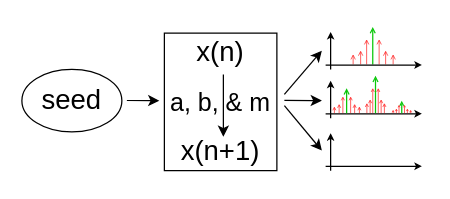
The draw.io diagram Fig1_v1.drawio in Anilkumargundu/Qubit_visualization, before the edit. Source tidied: cells renumbered, new cells numbered last; positions are measured from the earlier drawing's top-left corner, leaving out a move shared by most shapes. Both pictures are drawn from the tidied source at 125%, with x=0, y=0 at pixel (21, 26).
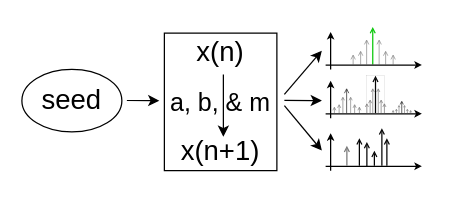
The same page after the edit.

Unchanged cells that the change refers to:
```xml
<mxCell id="4" style="group;" parent="1" vertex="1">
  <mxGeometry x="243" y="85" width="77" height="30" as="geometry" />
</mxCell>
<mxCell id="17" style="group;strokeWidth=0;strokeColor=none;" parent="14" vertex="1">
  <mxGeometry x="54" y="16" width="14" height="10" as="geometry" />
</mxCell>
<mxCell id="25" style="group;" parent="1" vertex="1">
  <mxGeometry x="265" width="32" height="30" as="geometry" />
</mxCell>
<mxCell id="36" style="group;strokeWidth=0;strokeColor=none;" parent="1" vertex="1">
  <mxGeometry x="250" y="49" width="20" height="20" as="geometry" />
</mxCell>
```

The edit, as a diff of the source:
```diff
@@
+    <mxCell id="52" style="endArrow=open;html=1;rounded=0;strokeColor=light-dark(#050505, #6FC76F);jumpSize=4;endSize=3;endFill=0;strokeWidth=1;" parent="4" edge="1">
+      <mxGeometry relative="1" as="geometry">
+        <mxPoint x="27" y="26" as="sourcePoint" />
+        <mxPoint x="27" y="4" as="targetPoint" />
+      </mxGeometry>
+    </mxCell>
+    <mxCell id="53" style="endArrow=open;html=1;rounded=0;strokeColor=light-dark(#787878, #6FC76F);jumpSize=4;endSize=3;endFill=0;strokeWidth=1;" parent="4" edge="1">
+      <mxGeometry relative="1" as="geometry">
+        <mxPoint x="17" y="26" as="sourcePoint" />
+        <mxPoint x="17" y="10" as="targetPoint" />
+        <Array as="points">
+          <mxPoint x="17" y="10" />
+        </Array>
+      </mxGeometry>
+    </mxCell>
+    <mxCell id="54" style="endArrow=open;html=1;rounded=0;strokeColor=light-dark(#050505, #6FC76F);jumpSize=4;endSize=3;endFill=0;strokeWidth=1;" parent="4" edge="1">
+      <mxGeometry relative="1" as="geometry">
+        <mxPoint x="33" y="27" as="sourcePoint" />
+        <mxPoint x="33" y="7" as="targetPoint" />
+      </mxGeometry>
+    </mxCell>
+    <mxCell id="55" style="endArrow=open;html=1;rounded=0;strokeColor=light-dark(#050505, #6FC76F);jumpSize=4;endSize=3;endFill=0;strokeWidth=1;" parent="4" edge="1">
+      <mxGeometry relative="1" as="geometry">
+        <mxPoint x="45" y="26" as="sourcePoint" />
+        <mxPoint x="45" y="-4" as="targetPoint" />
+      </mxGeometry>
+    </mxCell>
+    <mxCell id="56" style="endArrow=open;html=1;rounded=0;strokeColor=light-dark(#050505, #6FC76F);jumpSize=4;endSize=3;endFill=0;strokeWidth=1;" parent="4" edge="1">
+      <mxGeometry relative="1" as="geometry">
+        <mxPoint x="49" y="26" as="sourcePoint" />
+        <mxPoint x="49" y="4" as="targetPoint" />
+      </mxGeometry>
+    </mxCell>
@@
-    <mxCell id="18" style="endArrow=open;html=1;rounded=0;strokeColor=light-dark(#0AC70A,#6FC76F);jumpSize=4;endSize=2;endFill=0;strokeWidth=1;" parent="17" edge="1">
+    <mxCell id="18" style="endArrow=open;html=1;rounded=0;strokeColor=light-dark(#050505, #6FC76F);jumpSize=4;endSize=2;endFill=0;strokeWidth=0.5;" parent="17" edge="1">
       <mxGeometry relative="1" as="geometry">
         <mxPoint x="6.9" y="10" as="sourcePoint" />
         <mxPoint x="6.9" as="targetPoint" />
       </mxGeometry>
     </mxCell>
-    <mxCell id="19" style="endArrow=open;html=1;rounded=0;strokeColor=light-dark(#ff0000, #FF0000);jumpSize=4;endSize=1;endFill=0;strokeWidth=0.5;" parent="17" edge="1">
+    <mxCell id="19" style="endArrow=open;html=1;rounded=0;strokeColor=light-dark(#757575, #FF0000);jumpSize=4;endSize=1;endFill=0;strokeWidth=0.5;" parent="17" edge="1">
       <mxGeometry relative="1" as="geometry">
         <mxPoint x="9.1" y="10" as="sourcePoint" />
         <mxPoint x="9.1" y="3.3" as="targetPoint" />
       </mxGeometry>
     </mxCell>
-    <mxCell id="20" style="endArrow=open;html=1;rounded=0;strokeColor=light-dark(#ff0000, #FF0000);jumpSize=4;endSize=1;endFill=0;strokeWidth=0.5;" parent="17" edge="1">
+    <mxCell id="20" style="endArrow=open;html=1;rounded=0;strokeColor=light-dark(#757575, #FF0000);jumpSize=4;endSize=1;endFill=0;strokeWidth=0.5;" parent="17" edge="1">
       <mxGeometry relative="1" as="geometry">
         <mxPoint x="4.7" y="10" as="sourcePoint" />
         <mxPoint x="4.7" y="3.3" as="targetPoint" />
       </mxGeometry>
     </mxCell>
-    <mxCell id="21" style="endArrow=open;html=1;rounded=0;strokeColor=light-dark(#ff0000, #FF0000);jumpSize=4;endSize=1;endFill=0;strokeWidth=0.5;" parent="17" edge="1">
+    <mxCell id="21" style="endArrow=open;html=1;rounded=0;strokeColor=light-dark(#757575, #FF0000);jumpSize=4;endSize=1;endFill=0;strokeWidth=0.5;" parent="17" edge="1">
       <mxGeometry relative="1" as="geometry">
         <mxPoint x="11.4" y="10" as="sourcePoint" />
         <mxPoint x="11.4" y="6.3" as="targetPoint" />
       </mxGeometry>
     </mxCell>
-    <mxCell id="22" style="endArrow=open;html=1;rounded=0;strokeColor=light-dark(#ff0000, #FF0000);jumpSize=4;endSize=1;endFill=0;strokeWidth=0.5;" parent="17" edge="1">
+    <mxCell id="22" style="endArrow=open;html=1;rounded=0;strokeColor=light-dark(#757575, #FF0000);jumpSize=4;endSize=1;endFill=0;strokeWidth=0.5;" parent="17" edge="1">
       <mxGeometry relative="1" as="geometry">
         <mxPoint x="14" y="10" as="sourcePoint" />
         <mxPoint x="14" y="7.3" as="targetPoint" />
       </mxGeometry>
     </mxCell>
-    <mxCell id="23" style="endArrow=open;html=1;rounded=0;strokeColor=light-dark(#ff0000, #FF0000);jumpSize=4;endSize=1;endFill=0;strokeWidth=0.5;" parent="17" edge="1">
+    <mxCell id="23" style="endArrow=open;html=1;rounded=0;strokeColor=light-dark(#757575, #FF0000);jumpSize=4;endSize=1;endFill=0;strokeWidth=0.5;" parent="17" edge="1">
       <mxGeometry relative="1" as="geometry">
         <mxPoint x="2.6" y="10" as="sourcePoint" />
         <mxPoint x="2.6" y="6.3" as="targetPoint" />
       </mxGeometry>
     </mxCell>
-    <mxCell id="24" style="endArrow=open;html=1;rounded=0;strokeColor=light-dark(#ff0000, #FF0000);jumpSize=4;endSize=1;endFill=0;strokeWidth=0.5;" parent="17" edge="1">
+    <mxCell id="24" style="endArrow=open;html=1;rounded=0;strokeColor=light-dark(#757575, #FF0000);jumpSize=4;endSize=1;endFill=0;strokeWidth=0.5;" parent="17" edge="1">
       <mxGeometry relative="1" as="geometry">
         <mxPoint y="10" as="sourcePoint" />
         <mxPoint y="7.3" as="targetPoint" />
       </mxGeometry>
     </mxCell>
@@
-    <mxCell id="27" style="endArrow=open;html=1;rounded=0;strokeColor=light-dark(#ff0000, #FF0000);jumpSize=4;endSize=3;endFill=0;strokeWidth=0.5;" parent="25" edge="1">
+    <mxCell id="27" style="endArrow=open;html=1;rounded=0;strokeColor=light-dark(#787878, #FF0000);jumpSize=4;endSize=3;endFill=0;strokeWidth=0.5;" parent="25" edge="1">
       <mxGeometry relative="1" as="geometry">
         <mxPoint x="20.8" y="30" as="sourcePoint" />
         <mxPoint x="20.8" y="10" as="targetPoint" />
       </mxGeometry>
     </mxCell>
-    <mxCell id="28" style="endArrow=open;html=1;rounded=0;strokeColor=light-dark(#ff0000, #FF0000);jumpSize=4;endSize=3;endFill=0;strokeWidth=0.5;" parent="25" edge="1">
+    <mxCell id="28" style="endArrow=open;html=1;rounded=0;strokeColor=light-dark(#787878, #FF0000);jumpSize=4;endSize=3;endFill=0;strokeWidth=0.5;" parent="25" edge="1">
       <mxGeometry relative="1" as="geometry">
         <mxPoint x="10.8" y="30" as="sourcePoint" />
         <mxPoint x="10.8" y="10" as="targetPoint" />
       </mxGeometry>
     </mxCell>
-    <mxCell id="29" style="endArrow=open;html=1;rounded=0;strokeColor=light-dark(#ff0000, #FF0000);jumpSize=4;endSize=3;endFill=0;strokeWidth=0.5;" parent="25" edge="1">
+    <mxCell id="29" style="endArrow=open;html=1;rounded=0;strokeColor=light-dark(#787878, #FF0000);jumpSize=4;endSize=3;endFill=0;strokeWidth=0.5;" parent="25" edge="1">
       <mxGeometry relative="1" as="geometry">
         <mxPoint x="26" y="30" as="sourcePoint" />
         <mxPoint x="26" y="19" as="targetPoint" />
       </mxGeometry>
     </mxCell>
-    <mxCell id="30" style="endArrow=open;html=1;rounded=0;strokeColor=light-dark(#ff0000, #FF0000);jumpSize=4;endSize=3;endFill=0;strokeWidth=0.5;" parent="25" edge="1">
+    <mxCell id="30" style="endArrow=open;html=1;rounded=0;strokeColor=light-dark(#787878, #FF0000);jumpSize=4;endSize=3;endFill=0;strokeWidth=0.5;" parent="25" edge="1">
       <mxGeometry relative="1" as="geometry">
         <mxPoint x="32" y="30" as="sourcePoint" />
         <mxPoint x="32" y="22" as="targetPoint" />
       </mxGeometry>
     </mxCell>
-    <mxCell id="31" style="endArrow=open;html=1;rounded=0;strokeColor=light-dark(#ff0000, #FF0000);jumpSize=4;endSize=3;endFill=0;strokeWidth=0.5;" parent="25" edge="1">
+    <mxCell id="31" style="endArrow=open;html=1;rounded=0;strokeColor=light-dark(#787878, #FF0000);jumpSize=4;endSize=3;endFill=0;strokeWidth=0.5;" parent="25" edge="1">
       <mxGeometry relative="1" as="geometry">
         <mxPoint x="6" y="30" as="sourcePoint" />
         <mxPoint x="6" y="19" as="targetPoint" />
       </mxGeometry>
     </mxCell>
-    <mxCell id="32" style="endArrow=open;html=1;rounded=0;strokeColor=light-dark(#ff0000, #FF0000);jumpSize=4;endSize=3;endFill=0;strokeWidth=0.5;" parent="25" edge="1">
+    <mxCell id="32" style="endArrow=open;html=1;rounded=0;strokeColor=light-dark(#787878, #FF0000);jumpSize=4;endSize=3;endFill=0;strokeWidth=0.5;" parent="25" edge="1">
       <mxGeometry relative="1" as="geometry">
         <mxPoint y="30" as="sourcePoint" />
         <mxPoint y="22" as="targetPoint" />
       </mxGeometry>
     </mxCell>
@@
-    <mxCell id="37" style="endArrow=open;html=1;rounded=0;strokeColor=light-dark(#0AC70A,#6FC76F);jumpSize=4;endSize=3;endFill=0;strokeWidth=1;" parent="36" edge="1">
+    <mxCell id="37" style="endArrow=open;html=1;rounded=0;strokeColor=light-dark(#050505, #6FC76F);jumpSize=4;endSize=3;endFill=0;strokeWidth=0.5;" parent="36" edge="1">
       <mxGeometry relative="1" as="geometry">
         <mxPoint x="9.8" y="20" as="sourcePoint" />
         <mxPoint x="9.8" as="targetPoint" />
       </mxGeometry>
     </mxCell>
-    <mxCell id="38" style="endArrow=open;html=1;rounded=0;strokeColor=light-dark(#ff0000, #FF0000);jumpSize=4;endSize=2;endFill=0;strokeWidth=0.5;" parent="36" edge="1">
+    <mxCell id="38" style="endArrow=open;html=1;rounded=0;strokeColor=light-dark(#787878, #FF0000);jumpSize=4;endSize=2;endFill=0;strokeWidth=0.5;" parent="36" edge="1">
       <mxGeometry relative="1" as="geometry">
         <mxPoint x="13" y="20" as="sourcePoint" />
         <mxPoint x="13" y="6.7" as="targetPoint" />
       </mxGeometry>
     </mxCell>
-    <mxCell id="39" style="endArrow=open;html=1;rounded=0;strokeColor=light-dark(#ff0000, #FF0000);jumpSize=4;endSize=2;endFill=0;strokeWidth=0.5;" parent="36" edge="1">
+    <mxCell id="39" style="endArrow=open;html=1;rounded=0;strokeColor=light-dark(#707070, #FF0000);jumpSize=4;endSize=2;endFill=0;strokeWidth=0.5;" parent="36" edge="1">
       <mxGeometry relative="1" as="geometry">
         <mxPoint x="6.8" y="20" as="sourcePoint" />
         <mxPoint x="6.8" y="6.7" as="targetPoint" />
       </mxGeometry>
     </mxCell>
-    <mxCell id="40" style="endArrow=open;html=1;rounded=0;strokeColor=light-dark(#ff0000, #FF0000);jumpSize=4;endSize=2;endFill=0;strokeWidth=0.5;" parent="36" edge="1">
+    <mxCell id="40" style="endArrow=open;html=1;rounded=0;strokeColor=light-dark(#707070, #FF0000);jumpSize=4;endSize=2;endFill=0;strokeWidth=0.5;" parent="36" edge="1">
       <mxGeometry relative="1" as="geometry">
         <mxPoint x="16.2" y="20" as="sourcePoint" />
         <mxPoint x="16.2" y="12.7" as="targetPoint" />
       </mxGeometry>
     </mxCell>
-    <mxCell id="41" style="endArrow=open;html=1;rounded=0;strokeColor=light-dark(#ff0000, #FF0000);jumpSize=4;endSize=2;endFill=0;strokeWidth=0.5;" parent="36" edge="1">
+    <mxCell id="41" style="endArrow=open;html=1;rounded=0;strokeColor=light-dark(#707070, #FF0000);jumpSize=4;endSize=2;endFill=0;strokeWidth=0.5;" parent="36" edge="1">
       <mxGeometry relative="1" as="geometry">
         <mxPoint x="20" y="20" as="sourcePoint" />
         <mxPoint x="20" y="14.7" as="targetPoint" />
       </mxGeometry>
     </mxCell>
-    <mxCell id="42" style="endArrow=open;html=1;rounded=0;strokeColor=light-dark(#ff0000, #FF0000);jumpSize=4;endSize=2;endFill=0;strokeWidth=0.5;" parent="36" edge="1">
+    <mxCell id="42" style="endArrow=open;html=1;rounded=0;strokeColor=light-dark(#707070, #FF0000);jumpSize=4;endSize=2;endFill=0;strokeWidth=0.5;" parent="36" edge="1">
       <mxGeometry relative="1" as="geometry">
         <mxPoint x="3.8" y="20" as="sourcePoint" />
         <mxPoint x="3.8" y="12.7" as="targetPoint" />
       </mxGeometry>
     </mxCell>
-    <mxCell id="43" style="endArrow=open;html=1;rounded=0;strokeColor=light-dark(#ff0000, #FF0000);jumpSize=4;endSize=2;endFill=0;strokeWidth=0.5;" parent="36" edge="1">
+    <mxCell id="43" style="endArrow=open;html=1;rounded=0;strokeColor=light-dark(#707070, #FF0000);jumpSize=4;endSize=2;endFill=0;strokeWidth=0.5;" parent="36" edge="1">
       <mxGeometry relative="1" as="geometry">
         <mxPoint y="20" as="sourcePoint" />
         <mxPoint y="14.7" as="targetPoint" />
       </mxGeometry>
     </mxCell>
-    <mxCell id="44" style="group;strokeWidth=0;strokeColor=none;" parent="1" vertex="1">
+    <mxCell id="44" style="group;strokeWidth=0;strokeColor=light-dark(#707070, #FF0000);" parent="1" vertex="1">
       <mxGeometry x="276" y="39" width="14" height="30" as="geometry" />
     </mxCell>
-    <mxCell id="45" style="endArrow=open;html=1;rounded=0;strokeColor=light-dark(#0AC70A,#6FC76F);jumpSize=4;endSize=3;endFill=0;strokeWidth=1;" parent="44" edge="1">
+    <mxCell id="45" style="endArrow=open;html=1;rounded=0;strokeColor=light-dark(#050505, #6FC76F);jumpSize=4;endSize=3;endFill=0;strokeWidth=1;" parent="44" edge="1">
       <mxGeometry relative="1" as="geometry">
         <mxPoint x="6.9" y="30" as="sourcePoint" />
         <mxPoint x="6.9" as="targetPoint" />
       </mxGeometry>
     </mxCell>
-    <mxCell id="46" style="endArrow=open;html=1;rounded=0;strokeColor=light-dark(#ff0000, #FF0000);jumpSize=4;endSize=2;endFill=0;strokeWidth=0.5;" parent="44" edge="1">
+    <mxCell id="46" style="endArrow=open;html=1;rounded=0;strokeColor=light-dark(#6a6868, #FF0000);jumpSize=4;endSize=2;endFill=0;strokeWidth=0.5;" parent="44" edge="1">
       <mxGeometry relative="1" as="geometry">
         <mxPoint x="9.1" y="30" as="sourcePoint" />
         <mxPoint x="9.1" y="10" as="targetPoint" />
       </mxGeometry>
     </mxCell>
-    <mxCell id="47" style="endArrow=open;html=1;rounded=0;strokeColor=light-dark(#ff0000, #FF0000);jumpSize=4;endSize=2;endFill=0;strokeWidth=0.5;" parent="44" edge="1">
+    <mxCell id="47" style="endArrow=open;html=1;rounded=0;strokeColor=light-dark(#6a6868, #FF0000);jumpSize=4;endSize=2;endFill=0;strokeWidth=0.5;" parent="44" edge="1">
       <mxGeometry relative="1" as="geometry">
         <mxPoint x="4.7" y="30" as="sourcePoint" />
         <mxPoint x="4.7" y="10" as="targetPoint" />
       </mxGeometry>
     </mxCell>
-    <mxCell id="48" style="endArrow=open;html=1;rounded=0;strokeColor=light-dark(#ff0000, #FF0000);jumpSize=4;endSize=2;endFill=0;strokeWidth=0.5;" parent="44" edge="1">
+    <mxCell id="48" style="endArrow=open;html=1;rounded=0;strokeColor=light-dark(#6a6868, #FF0000);jumpSize=4;endSize=2;endFill=0;strokeWidth=0.5;" parent="44" edge="1">
       <mxGeometry relative="1" as="geometry">
         <mxPoint x="11.4" y="30" as="sourcePoint" />
         <mxPoint x="11.4" y="19" as="targetPoint" />
       </mxGeometry>
     </mxCell>
-    <mxCell id="49" style="endArrow=open;html=1;rounded=0;strokeColor=light-dark(#ff0000, #FF0000);jumpSize=4;endSize=2;endFill=0;strokeWidth=0.5;" parent="44" edge="1">
+    <mxCell id="49" style="endArrow=open;html=1;rounded=0;strokeColor=light-dark(#6a6868, #FF0000);jumpSize=4;endSize=2;endFill=0;strokeWidth=0.5;" parent="44" edge="1">
       <mxGeometry relative="1" as="geometry">
         <mxPoint x="14" y="30" as="sourcePoint" />
         <mxPoint x="14" y="22" as="targetPoint" />
       </mxGeometry>
     </mxCell>
-    <mxCell id="50" style="endArrow=open;html=1;rounded=0;strokeColor=light-dark(#ff0000, #FF0000);jumpSize=4;endSize=2;endFill=0;strokeWidth=0.5;" parent="44" edge="1">
+    <mxCell id="50" style="endArrow=open;html=1;rounded=0;strokeColor=light-dark(#6a6868, #FF0000);jumpSize=4;endSize=2;endFill=0;strokeWidth=0.5;" parent="44" edge="1">
       <mxGeometry relative="1" as="geometry">
         <mxPoint x="2.6" y="30" as="sourcePoint" />
         <mxPoint x="2.6" y="19" as="targetPoint" />
       </mxGeometry>
     </mxCell>
-    <mxCell id="51" style="endArrow=open;html=1;rounded=0;strokeColor=light-dark(#ff0000, #FF0000);jumpSize=4;endSize=2;endFill=0;strokeWidth=0.5;" parent="44" edge="1">
+    <mxCell id="51" style="endArrow=open;html=1;rounded=0;strokeColor=light-dark(#6a6868, #FF0000);jumpSize=4;endSize=2;endFill=0;strokeWidth=0.5;" parent="44" edge="1">
       <mxGeometry relative="1" as="geometry">
         <mxPoint y="30" as="sourcePoint" />
         <mxPoint y="22" as="targetPoint" />
       </mxGeometry>
     </mxCell>
+    <mxCell id="57" style="endArrow=open;html=1;rounded=0;strokeColor=light-dark(#050505, #6FC76F);jumpSize=4;endSize=3;endFill=0;strokeWidth=1;" parent="1" edge="1">
+      <mxGeometry relative="1" as="geometry">
+        <mxPoint x="282" y="111" as="sourcePoint" />
+        <mxPoint x="282" y="99" as="targetPoint" />
+      </mxGeometry>
+    </mxCell>
```
